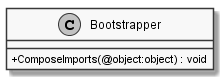
Before: documents/sd/resources/Classes/Core/MORR/Bootstrapper.png, a diagram exported from PlantUML (insightmind/MORR).
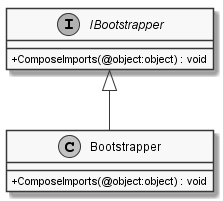
The same file after the commit.

What changed in the source:
```diff
@@ -5,4 +5,10 @@
 class Bootstrapper {
     + ComposeImports(@object:object) : void
 }
+
+interface IBootstrapper {
+    + ComposeImports(@object:object) : void
+}
+
+IBootstrapper <|-- Bootstrapper
 @enduml
```
